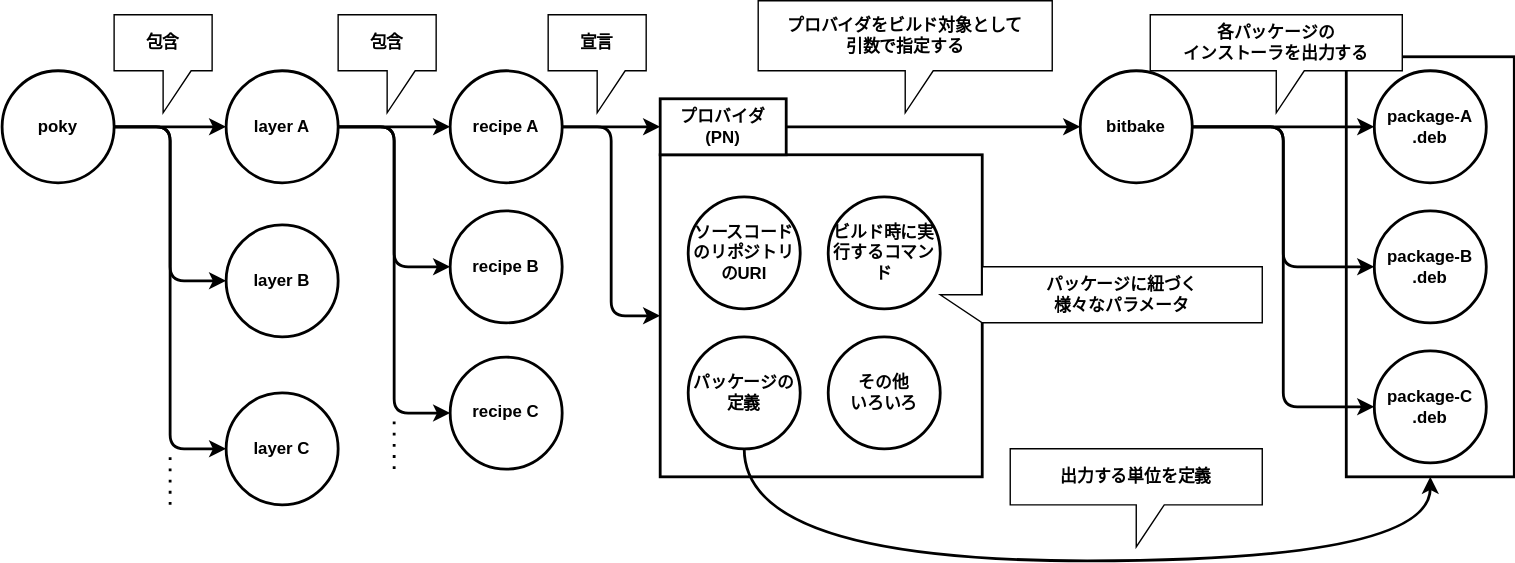
AngryMane/yocto-learning keeps this draw.io diagram as manual/docs/images/poky-layer-recipe-package.drawio.svg. Above is the earlier version. Source tidied: cells renumbered, new cells last; positions are measured from the earlier drawing's top-left corner, leaving out a move shared by most shapes. The source it was exported from:
```xml
<mxGraphModel>
  <root>
    <mxCell id="0" />
    <mxCell id="1" parent="0" />
    <mxCell id="2" style="rounded=0;whiteSpace=wrap;html=1;strokeWidth=2;" parent="1" vertex="1">
      <mxGeometry x="960" y="40" width="120" height="300" as="geometry" />
    </mxCell>
    <mxCell id="3" value="出力する単位を定義" style="shape=callout;whiteSpace=wrap;html=1;perimeter=calloutPerimeter;fontStyle=1;fontSize=12;" parent="1" vertex="1">
      <mxGeometry x="720" y="320" width="180" height="70" as="geometry" />
    </mxCell>
    <mxCell id="4" style="edgeStyle=orthogonalEdgeStyle;curved=1;html=1;exitX=1;exitY=0.5;exitDx=0;exitDy=0;fontSize=12;strokeWidth=2;" parent="1" edge="1" source="7" target="11">
      <mxGeometry relative="1" as="geometry" />
    </mxCell>
    <mxCell id="5" style="edgeStyle=orthogonalEdgeStyle;html=1;exitX=1;exitY=0.5;exitDx=0;exitDy=0;entryX=0;entryY=0.5;entryDx=0;entryDy=0;fontSize=12;strokeWidth=2;" parent="1" edge="1" source="7" target="12">
      <mxGeometry relative="1" as="geometry" />
    </mxCell>
    <mxCell id="6" style="edgeStyle=orthogonalEdgeStyle;html=1;exitX=1;exitY=0.5;exitDx=0;exitDy=0;entryX=0;entryY=0.5;entryDx=0;entryDy=0;fontSize=12;strokeWidth=2;" parent="1" edge="1" source="7" target="13">
      <mxGeometry relative="1" as="geometry" />
    </mxCell>
    <mxCell id="7" value="poky" style="ellipse;whiteSpace=wrap;html=1;fontStyle=1;strokeWidth=2;" parent="1" vertex="1">
      <mxGeometry y="50" width="80" height="80" as="geometry" />
    </mxCell>
    <mxCell id="8" style="edgeStyle=orthogonalEdgeStyle;curved=1;html=1;exitX=1;exitY=0.5;exitDx=0;exitDy=0;entryX=0;entryY=0.5;entryDx=0;entryDy=0;fontSize=12;strokeWidth=2;" parent="1" edge="1" source="11" target="14">
      <mxGeometry relative="1" as="geometry" />
    </mxCell>
    <mxCell id="9" style="edgeStyle=orthogonalEdgeStyle;html=1;exitX=1;exitY=0.5;exitDx=0;exitDy=0;entryX=0;entryY=0.5;entryDx=0;entryDy=0;fontSize=12;strokeWidth=2;" parent="1" edge="1" source="11" target="15">
      <mxGeometry relative="1" as="geometry" />
    </mxCell>
    <mxCell id="10" style="edgeStyle=orthogonalEdgeStyle;html=1;exitX=1;exitY=0.5;exitDx=0;exitDy=0;entryX=0;entryY=0.5;entryDx=0;entryDy=0;fontSize=12;strokeWidth=2;" parent="1" edge="1" source="11" target="16">
      <mxGeometry relative="1" as="geometry" />
    </mxCell>
    <mxCell id="11" value="layer A" style="ellipse;whiteSpace=wrap;html=1;fontStyle=1;strokeWidth=2;" parent="1" vertex="1">
      <mxGeometry x="160" y="50" width="80" height="80" as="geometry" />
    </mxCell>
    <mxCell id="12" value="layer B" style="ellipse;whiteSpace=wrap;html=1;fontStyle=1;strokeWidth=2;" parent="1" vertex="1">
      <mxGeometry x="160" y="160" width="80" height="80" as="geometry" />
    </mxCell>
    <mxCell id="13" value="layer C" style="ellipse;whiteSpace=wrap;html=1;fontStyle=1;strokeWidth=2;" parent="1" vertex="1">
      <mxGeometry x="160" y="280" width="80" height="80" as="geometry" />
    </mxCell>
    <mxCell id="14" value="recipe A" style="ellipse;whiteSpace=wrap;html=1;fontStyle=1;strokeWidth=2;" parent="1" vertex="1">
      <mxGeometry x="320" y="50" width="80" height="80" as="geometry" />
    </mxCell>
    <mxCell id="15" value="recipe B" style="ellipse;whiteSpace=wrap;html=1;fontStyle=1;strokeWidth=2;" parent="1" vertex="1">
      <mxGeometry x="320" y="150" width="80" height="80" as="geometry" />
    </mxCell>
    <mxCell id="16" value="recipe C" style="ellipse;whiteSpace=wrap;html=1;fontStyle=1;strokeWidth=2;" parent="1" vertex="1">
      <mxGeometry x="320" y="254.5" width="80" height="80" as="geometry" />
    </mxCell>
    <mxCell id="17" value="包含" style="shape=callout;whiteSpace=wrap;html=1;perimeter=calloutPerimeter;fontStyle=1;fontSize=12;" parent="1" vertex="1">
      <mxGeometry x="80" y="10" width="70" height="70" as="geometry" />
    </mxCell>
    <mxCell id="18" value="包含" style="shape=callout;whiteSpace=wrap;html=1;perimeter=calloutPerimeter;fontStyle=1;fontSize=12;" parent="1" vertex="1">
      <mxGeometry x="240" y="10" width="70" height="70" as="geometry" />
    </mxCell>
    <mxCell id="19" style="endArrow=none;dashed=1;html=1;dashPattern=1 3;strokeWidth=2;fontSize=12;" parent="1" edge="1">
      <mxGeometry relative="1" as="geometry">
        <mxPoint x="120" y="360" as="sourcePoint" />
        <mxPoint x="120" y="320" as="targetPoint" />
      </mxGeometry>
    </mxCell>
    <mxCell id="20" style="endArrow=none;dashed=1;html=1;dashPattern=1 3;strokeWidth=2;fontSize=12;" parent="1" edge="1">
      <mxGeometry relative="1" as="geometry">
        <mxPoint x="280" y="334.5" as="sourcePoint" />
        <mxPoint x="280" y="294.5" as="targetPoint" />
      </mxGeometry>
    </mxCell>
    <mxCell id="21" style="rounded=0;whiteSpace=wrap;html=1;strokeWidth=2;" parent="1" vertex="1">
      <mxGeometry x="470" y="110" width="230" height="230" as="geometry" />
    </mxCell>
    <mxCell id="22" style="edgeStyle=orthogonalEdgeStyle;html=1;exitX=1;exitY=0.5;exitDx=0;exitDy=0;strokeWidth=2;" parent="1" edge="1" source="32" target="29">
      <mxGeometry relative="1" as="geometry" />
    </mxCell>
    <mxCell id="23" value="ソースコードのリポジトリのURI" style="ellipse;whiteSpace=wrap;html=1;fontStyle=1;strokeWidth=2;" parent="1" vertex="1">
      <mxGeometry x="490" y="140" width="80" height="80" as="geometry" />
    </mxCell>
    <mxCell id="24" value="ビルド時に実行するコマンド" style="ellipse;whiteSpace=wrap;html=1;fontStyle=1;strokeWidth=2;" parent="1" vertex="1">
      <mxGeometry x="590" y="140" width="80" height="80" as="geometry" />
    </mxCell>
    <mxCell id="25" value="パッケージに紐づく&lt;br&gt;様々なパラメータ" style="shape=callout;whiteSpace=wrap;html=1;perimeter=calloutPerimeter;fontStyle=1;fontSize=12;direction=south;" parent="1" vertex="1">
      <mxGeometry x="670" y="190" width="230" height="40" as="geometry" />
    </mxCell>
    <mxCell id="26" style="edgeStyle=orthogonalEdgeStyle;html=1;exitX=1;exitY=0.5;exitDx=0;exitDy=0;entryX=0;entryY=0.5;entryDx=0;entryDy=0;strokeWidth=2;" parent="1" edge="1" source="29" target="37">
      <mxGeometry relative="1" as="geometry" />
    </mxCell>
    <mxCell id="27" style="edgeStyle=orthogonalEdgeStyle;html=1;exitX=1;exitY=0.5;exitDx=0;exitDy=0;entryX=0;entryY=0.5;entryDx=0;entryDy=0;strokeWidth=2;" parent="1" edge="1" source="29" target="38">
      <mxGeometry relative="1" as="geometry" />
    </mxCell>
    <mxCell id="28" style="edgeStyle=orthogonalEdgeStyle;html=1;exitX=1;exitY=0.5;exitDx=0;exitDy=0;entryX=0;entryY=0.5;entryDx=0;entryDy=0;strokeWidth=2;" parent="1" edge="1" source="29" target="39">
      <mxGeometry relative="1" as="geometry" />
    </mxCell>
    <mxCell id="29" value="bitbake" style="ellipse;whiteSpace=wrap;html=1;fontStyle=1;strokeWidth=2;" parent="1" vertex="1">
      <mxGeometry x="770" y="50" width="80" height="80" as="geometry" />
    </mxCell>
    <mxCell id="30" style="edgeStyle=orthogonalEdgeStyle;html=1;exitX=0.5;exitY=1;exitDx=0;exitDy=0;entryX=0.5;entryY=1;entryDx=0;entryDy=0;strokeWidth=2;curved=1;" parent="1" edge="1" source="31" target="2">
      <mxGeometry relative="1" as="geometry">
        <Array as="points">
          <mxPoint x="530" y="400" />
          <mxPoint x="1020" y="400" />
        </Array>
      </mxGeometry>
    </mxCell>
    <mxCell id="31" value="パッケージの定義" style="ellipse;whiteSpace=wrap;html=1;fontStyle=1;strokeWidth=2;" parent="1" vertex="1">
      <mxGeometry x="490" y="240" width="80" height="80" as="geometry" />
    </mxCell>
    <mxCell id="32" value="プロバイダ&lt;br&gt;(PN)" style="rounded=0;whiteSpace=wrap;html=1;fontStyle=1;strokeWidth=2;" parent="1" vertex="1">
      <mxGeometry x="470" y="70" width="90" height="40" as="geometry" />
    </mxCell>
    <mxCell id="33" style="edgeStyle=orthogonalEdgeStyle;html=1;exitX=1;exitY=0.5;exitDx=0;exitDy=0;strokeWidth=2;entryX=0;entryY=0.5;entryDx=0;entryDy=0;" parent="1" edge="1" source="14" target="21">
      <mxGeometry relative="1" as="geometry" />
    </mxCell>
    <mxCell id="34" style="edgeStyle=orthogonalEdgeStyle;html=1;strokeWidth=2;" parent="1" edge="1" source="14" target="32">
      <mxGeometry relative="1" as="geometry" />
    </mxCell>
    <mxCell id="35" value="宣言" style="shape=callout;whiteSpace=wrap;html=1;perimeter=calloutPerimeter;fontStyle=1;fontSize=12;" parent="1" vertex="1">
      <mxGeometry x="390" y="10" width="70" height="70" as="geometry" />
    </mxCell>
    <mxCell id="36" value="その他&lt;br&gt;いろいろ" style="ellipse;whiteSpace=wrap;html=1;fontStyle=1;strokeWidth=2;" parent="1" vertex="1">
      <mxGeometry x="590" y="240" width="80" height="80" as="geometry" />
    </mxCell>
    <mxCell id="37" value="package-A&lt;br&gt;.deb" style="ellipse;whiteSpace=wrap;html=1;fontStyle=1;strokeWidth=2;" parent="1" vertex="1">
      <mxGeometry x="980" y="50" width="80" height="80" as="geometry" />
    </mxCell>
    <mxCell id="38" value="package-B&lt;br&gt;.deb" style="ellipse;whiteSpace=wrap;html=1;fontStyle=1;strokeWidth=2;" parent="1" vertex="1">
      <mxGeometry x="980" y="150" width="80" height="80" as="geometry" />
    </mxCell>
    <mxCell id="39" value="package-C&lt;br&gt;.deb" style="ellipse;whiteSpace=wrap;html=1;fontStyle=1;strokeWidth=2;" parent="1" vertex="1">
      <mxGeometry x="980" y="250" width="80" height="80" as="geometry" />
    </mxCell>
    <mxCell id="40" value="各パッケージの&lt;br&gt;インストーラを出力する" style="shape=callout;whiteSpace=wrap;html=1;perimeter=calloutPerimeter;fontStyle=1;fontSize=12;" parent="1" vertex="1">
      <mxGeometry x="820" y="10" width="180" height="70" as="geometry" />
    </mxCell>
    <mxCell id="41" value="プロバイダをビルド対象として&lt;br&gt;引数で指定する" style="shape=callout;whiteSpace=wrap;html=1;perimeter=calloutPerimeter;fontStyle=1;fontSize=12;" parent="1" vertex="1">
      <mxGeometry x="540" width="210" height="80" as="geometry" />
    </mxCell>
  </root>
</mxGraphModel>
```
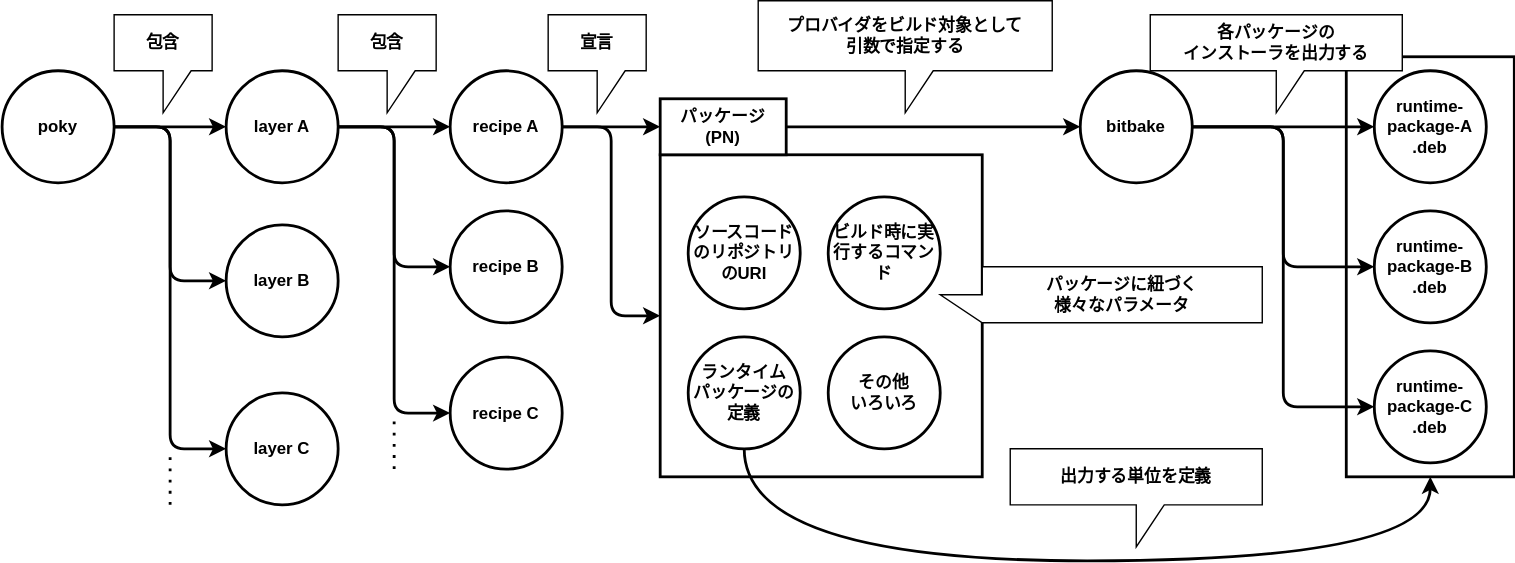
The same diagram one commit later.

The edit, as a diff of the source:
```diff
@@ -100,10 +100,10 @@
         </Array>
       </mxGeometry>
     </mxCell>
-    <mxCell id="31" value="パッケージの定義" style="ellipse;whiteSpace=wrap;html=1;fontStyle=1;strokeWidth=2;" parent="1" vertex="1">
+    <mxCell id="31" value="ランタイム&lt;br&gt;パッケージの定義" style="ellipse;whiteSpace=wrap;html=1;fontStyle=1;strokeWidth=2;" parent="1" vertex="1">
       <mxGeometry x="490" y="240" width="80" height="80" as="geometry" />
     </mxCell>
-    <mxCell id="32" value="プロバイダ&lt;br&gt;(PN)" style="rounded=0;whiteSpace=wrap;html=1;fontStyle=1;strokeWidth=2;" parent="1" vertex="1">
+    <mxCell id="32" value="パッケージ&lt;br&gt;(PN)" style="rounded=0;whiteSpace=wrap;html=1;fontStyle=1;strokeWidth=2;" parent="1" vertex="1">
       <mxGeometry x="470" y="70" width="90" height="40" as="geometry" />
     </mxCell>
     <mxCell id="33" style="edgeStyle=orthogonalEdgeStyle;html=1;exitX=1;exitY=0.5;exitDx=0;exitDy=0;strokeWidth=2;entryX=0;entryY=0.5;entryDx=0;entryDy=0;" parent="1" edge="1" source="14" target="21">
@@ -118,13 +118,13 @@
     <mxCell id="36" value="その他&lt;br&gt;いろいろ" style="ellipse;whiteSpace=wrap;html=1;fontStyle=1;strokeWidth=2;" parent="1" vertex="1">
       <mxGeometry x="590" y="240" width="80" height="80" as="geometry" />
     </mxCell>
-    <mxCell id="37" value="package-A&lt;br&gt;.deb" style="ellipse;whiteSpace=wrap;html=1;fontStyle=1;strokeWidth=2;" parent="1" vertex="1">
+    <mxCell id="37" value="runtime-&lt;br&gt;package-A&lt;br&gt;.deb" style="ellipse;whiteSpace=wrap;html=1;fontStyle=1;strokeWidth=2;" parent="1" vertex="1">
       <mxGeometry x="980" y="50" width="80" height="80" as="geometry" />
     </mxCell>
-    <mxCell id="38" value="package-B&lt;br&gt;.deb" style="ellipse;whiteSpace=wrap;html=1;fontStyle=1;strokeWidth=2;" parent="1" vertex="1">
+    <mxCell id="38" value="runtime-&lt;br&gt;package-B&lt;br&gt;.deb" style="ellipse;whiteSpace=wrap;html=1;fontStyle=1;strokeWidth=2;" parent="1" vertex="1">
       <mxGeometry x="980" y="150" width="80" height="80" as="geometry" />
     </mxCell>
-    <mxCell id="39" value="package-C&lt;br&gt;.deb" style="ellipse;whiteSpace=wrap;html=1;fontStyle=1;strokeWidth=2;" parent="1" vertex="1">
+    <mxCell id="39" value="runtime-&lt;br&gt;package-C&lt;br&gt;.deb" style="ellipse;whiteSpace=wrap;html=1;fontStyle=1;strokeWidth=2;" parent="1" vertex="1">
       <mxGeometry x="980" y="250" width="80" height="80" as="geometry" />
     </mxCell>
     <mxCell id="40" value="各パッケージの&lt;br&gt;インストーラを出力する" style="shape=callout;whiteSpace=wrap;html=1;perimeter=calloutPerimeter;fontStyle=1;fontSize=12;" parent="1" vertex="1">
```
